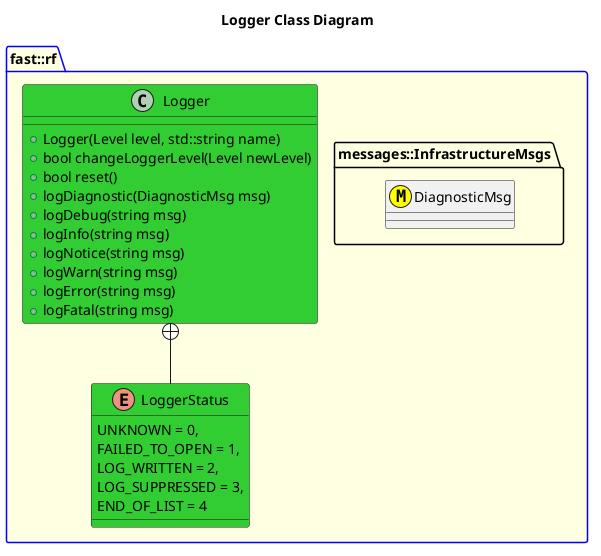
Earlier version of the PlantUML export include/Infrastructure/doc/puml/LoggerClassDiagram.png (fastrobotics/robot_framework).
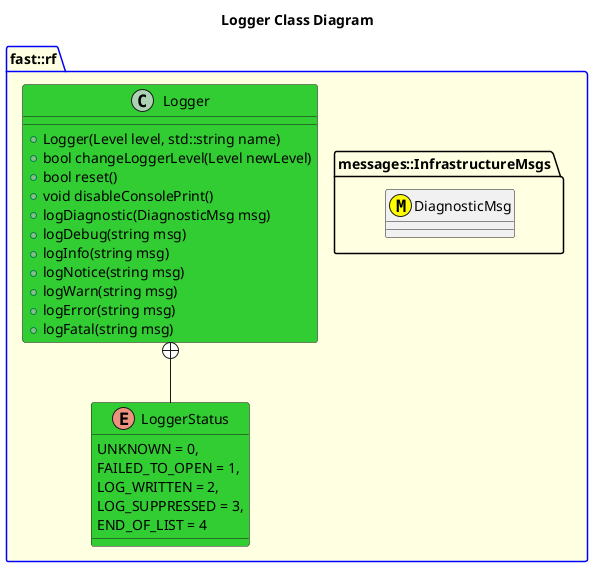
The same diagram one commit later.

Commit message:
Updated Logger API.

Change to the diagram source:
```diff
@@ -15,6 +15,7 @@
         +Logger(Level level, std::string name)
         +bool changeLoggerLevel(Level newLevel)
         +bool reset()
+        +void disableConsolePrint()
         +logDiagnostic(DiagnosticMsg msg)
         +logDebug(string msg)
         +logInfo(string msg)
```
